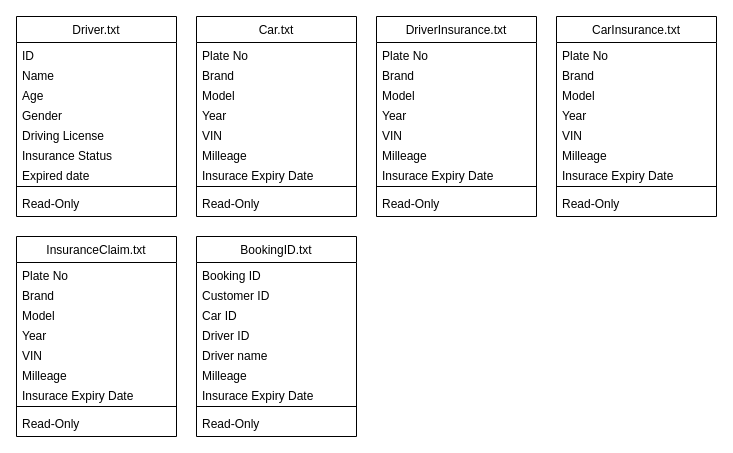
The draw.io diagram Capstone_Project/Untitled Diagram.drawio in Asyfulazhim/peneraju_machine_learning, before the edit. Source tidied: cells renumbered, new cells numbered last; positions are measured from the earlier drawing's top-left corner, leaving out a move shared by most shapes. Both pictures are drawn from the tidied source at 100%, with x=0, y=0 at pixel (16, 16).
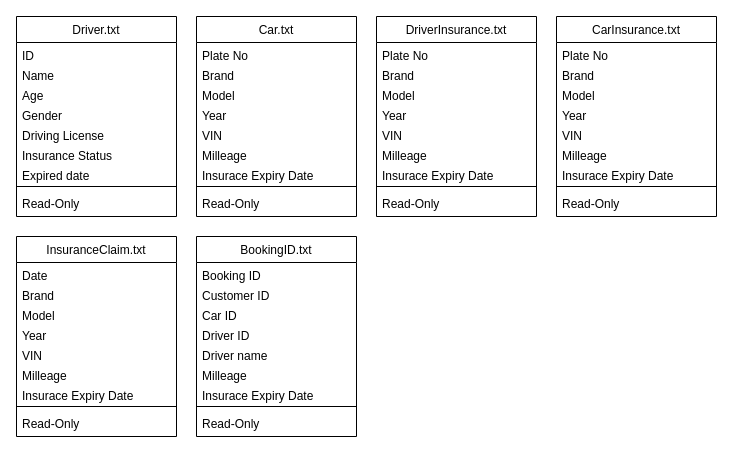
The same diagram, later.

The change refers to these unchanged cells:
```xml
<mxCell id="42" value="InsuranceClaim.txt" style="swimlane;fontStyle=0;align=center;verticalAlign=top;horizontal=1;startSize=26;rounded=0;shadow=0;strokeWidth=1;" parent="1" vertex="1">
  <mxGeometry y="220" width="160" height="200" as="geometry" />
</mxCell>
```

What changed in the source:
```diff
@@
-    <mxCell id="43" value="Plate No" style="text;align=left;verticalAlign=top;spacingLeft=4;spacingRight=4;overflow=hidden;" parent="42" vertex="1">
+    <mxCell id="43" value="Date" style="text;align=left;verticalAlign=top;spacingLeft=4;spacingRight=4;overflow=hidden;" parent="42" vertex="1">
       <mxGeometry y="26" width="160" height="20" as="geometry" />
     </mxCell>
```
